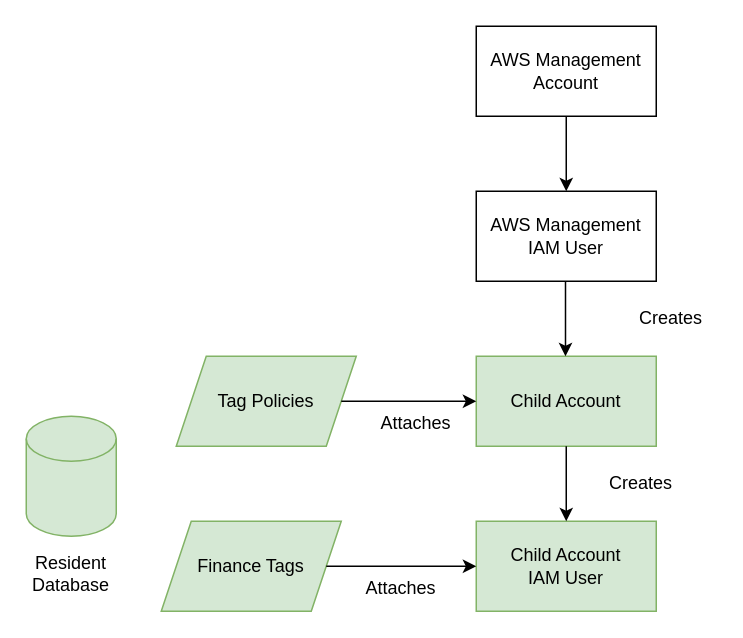
The draw.io diagram page "Page-1" (1 of 2) of federal-cloud-relationship.drawio in paihari/vending-machine-golang-graphql, before the edit. Source tidied: cells renumbered, new cells numbered last; positions are measured from the earlier drawing's top-left corner, leaving out a move shared by most shapes. Both pictures are drawn from the tidied source at 150%, with x=0, y=0 at pixel (26, 26).
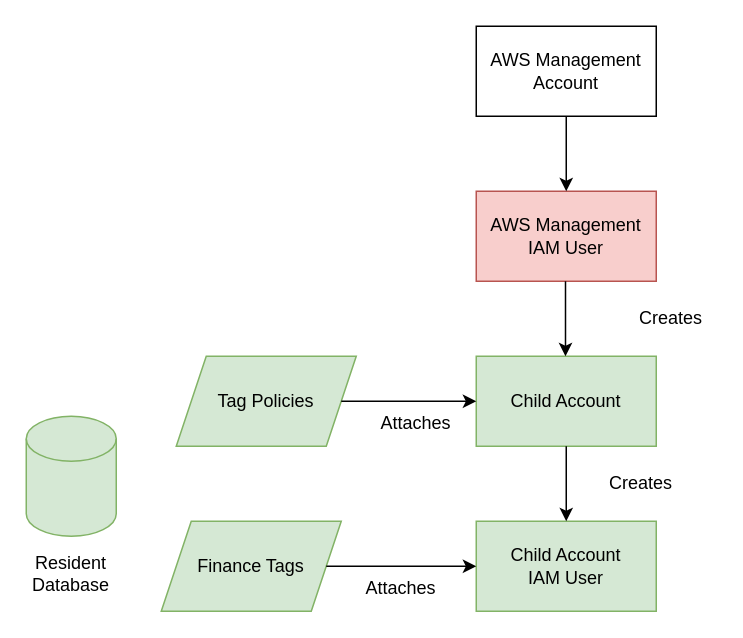
The same diagram, later.

The edit, as a diff of the source:
```diff
@@
 <mxGraphModel>
   <root>
     <mxCell id="0" />
     <mxCell id="1" parent="0" />
     <mxCell id="2" value="AWS Management Account" style="rounded=0;whiteSpace=wrap;html=1;" parent="1" vertex="1">
       <mxGeometry x="300" width="120" height="60" as="geometry" />
     </mxCell>
-    <mxCell id="3" value="AWS Management IAM User" style="rounded=0;whiteSpace=wrap;html=1;" parent="1" vertex="1">
+    <mxCell id="3" value="AWS Management IAM User" style="rounded=0;whiteSpace=wrap;html=1;fillColor=#f8cecc;strokeColor=#b85450;" parent="1" vertex="1">
       <mxGeometry x="300" y="110" width="120" height="60" as="geometry" />
     </mxCell>
     <mxCell id="4" value="Child Account" style="rounded=0;whiteSpace=wrap;html=1;fillColor=#d5e8d4;strokeColor=#82b366;" parent="1" vertex="1">
       <mxGeometry x="300" y="220" width="120" height="60" as="geometry" />
     </mxCell>
     <mxCell id="5" value="Child Account&lt;br&gt;IAM User" style="rounded=0;whiteSpace=wrap;html=1;fillColor=#d5e8d4;strokeColor=#82b366;" parent="1" vertex="1">
       <mxGeometry x="300" y="330" width="120" height="60" as="geometry" />
     </mxCell>
     <mxCell id="6" value="Tag Policies" style="shape=parallelogram;perimeter=parallelogramPerimeter;whiteSpace=wrap;html=1;fixedSize=1;fillColor=#d5e8d4;strokeColor=#82b366;" parent="1" vertex="1">
       <mxGeometry x="100" y="220" width="120" height="60" as="geometry" />
     </mxCell>
     <mxCell id="7" value="Finance Tags" style="shape=parallelogram;perimeter=parallelogramPerimeter;whiteSpace=wrap;html=1;fixedSize=1;fillColor=#d5e8d4;strokeColor=#82b366;" parent="1" vertex="1">
       <mxGeometry x="90" y="330" width="120" height="60" as="geometry" />
     </mxCell>
     <mxCell id="8" style="endArrow=classic;html=1;exitX=0.5;exitY=1;exitDx=0;exitDy=0;" parent="1" edge="1" source="2" target="3">
       <mxGeometry relative="1" as="geometry" />
     </mxCell>
     <mxCell id="9" style="endArrow=classic;html=1;exitX=0.5;exitY=1;exitDx=0;exitDy=0;" parent="1" edge="1">
       <mxGeometry relative="1" as="geometry">
         <mxPoint x="359.5" y="170" as="sourcePoint" />
         <mxPoint x="359.5" y="220" as="targetPoint" />
       </mxGeometry>
     </mxCell>
     <mxCell id="10" style="shape=cylinder3;whiteSpace=wrap;html=1;boundedLbl=1;backgroundOutline=1;size=15;fillColor=#d5e8d4;strokeColor=#82b366;" parent="1" vertex="1">
       <mxGeometry y="260" width="60" height="80" as="geometry" />
     </mxCell>
     <mxCell id="11" value="Creates" style="text;html=1;strokeColor=none;fillColor=none;align=center;verticalAlign=middle;whiteSpace=wrap;rounded=0;" parent="1" vertex="1">
       <mxGeometry x="400" y="180" width="60" height="30" as="geometry" />
     </mxCell>
     <mxCell id="12" style="endArrow=classic;html=1;entryX=0.5;entryY=0;entryDx=0;entryDy=0;exitX=0.5;exitY=1;exitDx=0;exitDy=0;" parent="1" edge="1" source="4" target="5">
       <mxGeometry relative="1" as="geometry" />
     </mxCell>
     <mxCell id="13" value="Creates" style="text;html=1;strokeColor=none;fillColor=none;align=center;verticalAlign=middle;whiteSpace=wrap;rounded=0;" parent="1" vertex="1">
       <mxGeometry x="380" y="290" width="60" height="30" as="geometry" />
     </mxCell>
     <mxCell id="14" style="endArrow=classic;html=1;" parent="1" edge="1" source="6" target="4">
       <mxGeometry relative="1" as="geometry" />
     </mxCell>
     <mxCell id="15" value="Attaches" style="text;html=1;strokeColor=none;fillColor=none;align=center;verticalAlign=middle;whiteSpace=wrap;rounded=0;" parent="1" vertex="1">
       <mxGeometry x="230" y="250" width="60" height="30" as="geometry" />
     </mxCell>
     <mxCell id="16" value="Attaches" style="text;html=1;strokeColor=none;fillColor=none;align=center;verticalAlign=middle;whiteSpace=wrap;rounded=0;" parent="1" vertex="1">
       <mxGeometry x="220" y="360" width="60" height="30" as="geometry" />
     </mxCell>
     <mxCell id="17" style="endArrow=classic;html=1;" parent="1" edge="1" source="7" target="5">
       <mxGeometry relative="1" as="geometry" />
     </mxCell>
     <mxCell id="18" value="Resident Database" style="text;html=1;strokeColor=none;fillColor=none;align=center;verticalAlign=middle;whiteSpace=wrap;rounded=0;" parent="1" vertex="1">
       <mxGeometry y="350" width="60" height="30" as="geometry" />
     </mxCell>
   </root>
 </mxGraphModel>
```
